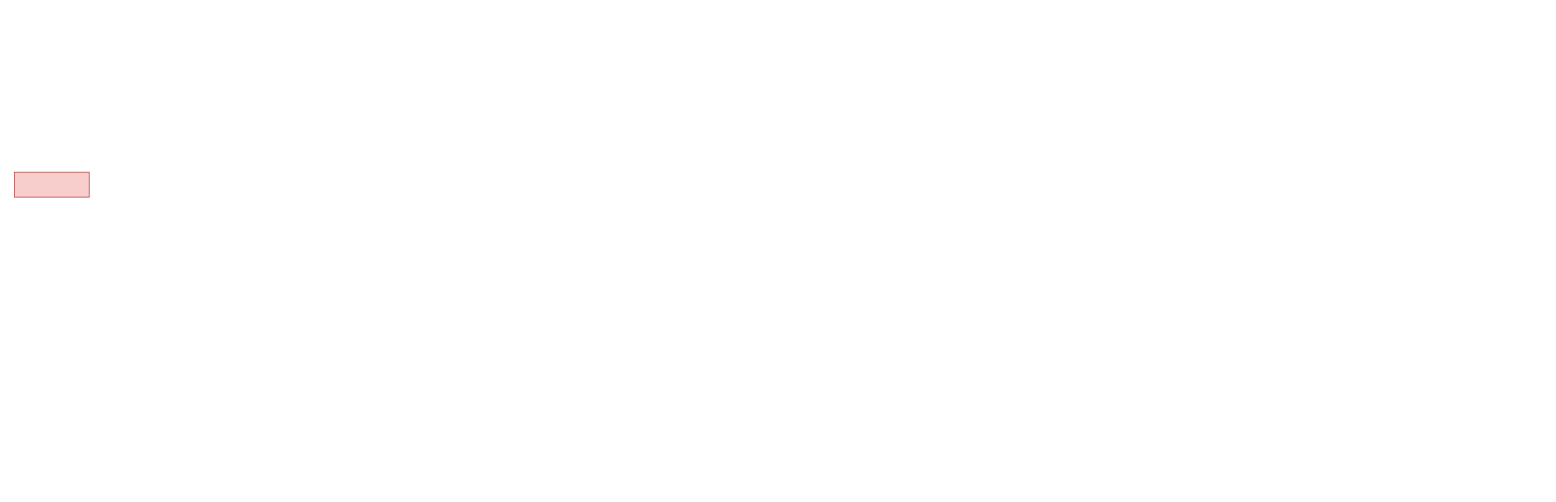
Before: Untitled Diagram.drawio in Team-2TMK/selfu, a draw.io diagram. Source tidied: cells renumbered, new cells numbered last; positions are measured from the earlier drawing's top-left corner, leaving out a move shared by most shapes. Both pictures are drawn from the tidied source at 83%, with x=0, y=0 at pixel (14, 172).
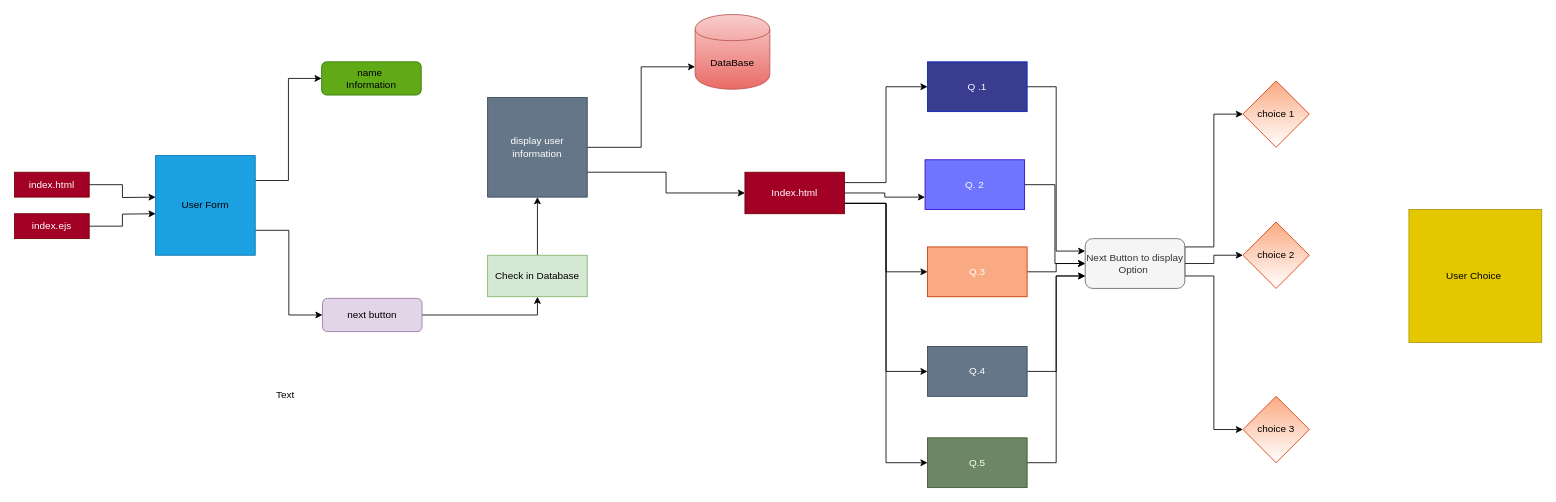
The same diagram, later.

What changed in the source:
```diff
@@
+    <mxCell id="3" style="edgeStyle=orthogonalEdgeStyle;rounded=0;jettySize=auto;html=1;exitX=1;exitY=0.5;exitDx=0;exitDy=0;" parent="1" edge="1" source="2">
+      <mxGeometry relative="1" as="geometry">
+        <mxPoint x="170" y="30" as="targetPoint" />
+      </mxGeometry>
+    </mxCell>
-    <mxCell id="2" style="rounded=0;whiteSpace=wrap;html=1;fillColor=#f8cecc;strokeColor=#b85450;" parent="1" vertex="1">
+    <mxCell id="2" value="index.html" style="rounded=0;whiteSpace=wrap;html=1;fillColor=#a20025;strokeColor=#6F0000;fontColor=#ffffff;" parent="1" vertex="1">
       <mxGeometry width="90" height="30" as="geometry" />
     </mxCell>
+    <mxCell id="4" style="edgeStyle=orthogonalEdgeStyle;rounded=0;jettySize=auto;html=1;exitX=1;exitY=0.5;exitDx=0;exitDy=0;" parent="1" edge="1" source="5">
+      <mxGeometry relative="1" as="geometry">
+        <mxPoint x="170" y="50" as="targetPoint" />
+      </mxGeometry>
+    </mxCell>
+    <mxCell id="5" value="index.ejs" style="rounded=0;whiteSpace=wrap;html=1;strokeColor=#6F0000;fillColor=#a20025;fontColor=#ffffff;" parent="1" vertex="1">
+      <mxGeometry y="50" width="90" height="30" as="geometry" />
+    </mxCell>
+    <mxCell id="6" style="edgeStyle=orthogonalEdgeStyle;rounded=0;jettySize=auto;html=1;exitX=1;exitY=0.25;exitDx=0;exitDy=0;entryX=0;entryY=0.5;entryDx=0;entryDy=0;" parent="1" edge="1" source="8" target="11">
+      <mxGeometry relative="1" as="geometry" />
+    </mxCell>
+    <mxCell id="7" style="edgeStyle=orthogonalEdgeStyle;rounded=0;jettySize=auto;html=1;exitX=1;exitY=0.75;exitDx=0;exitDy=0;entryX=0;entryY=0.5;entryDx=0;entryDy=0;" parent="1" edge="1" source="8" target="10">
+      <mxGeometry relative="1" as="geometry" />
+    </mxCell>
+    <mxCell id="8" value="&lt;font color=&quot;#000000&quot;&gt;User Form&lt;/font&gt;" style="whiteSpace=wrap;html=1;strokeColor=#006EAF;fillColor=#1ba1e2;fontColor=#ffffff;" parent="1" vertex="1">
+      <mxGeometry x="170" y="-20" width="120" height="120" as="geometry" />
+    </mxCell>
+    <mxCell id="9" style="edgeStyle=orthogonalEdgeStyle;rounded=0;jettySize=auto;html=1;exitX=1;exitY=0.5;exitDx=0;exitDy=0;entryX=0.5;entryY=1;entryDx=0;entryDy=0;" parent="1" edge="1" source="10" target="16">
+      <mxGeometry relative="1" as="geometry" />
+    </mxCell>
+    <mxCell id="10" value="&lt;font color=&quot;#000000&quot;&gt;next button&lt;/font&gt;" style="rounded=1;whiteSpace=wrap;html=1;strokeColor=#9673a6;fillColor=#e1d5e7;" parent="1" vertex="1">
+      <mxGeometry x="371" y="152" width="120" height="40" as="geometry" />
+    </mxCell>
+    <mxCell id="11" value="&lt;font color=&quot;#000000&quot;&gt;name&amp;nbsp;&lt;br&gt;Information&lt;br&gt;&lt;/font&gt;" style="rounded=1;whiteSpace=wrap;html=1;strokeColor=#2D7600;fillColor=#60a917;fontColor=#ffffff;" parent="1" vertex="1">
+      <mxGeometry x="370" y="-133" width="120" height="40" as="geometry" />
+    </mxCell>
+    <mxCell id="12" style="edgeStyle=orthogonalEdgeStyle;rounded=0;jettySize=auto;html=1;exitX=1;exitY=0.5;exitDx=0;exitDy=0;entryX=0;entryY=0.7;entryDx=0;entryDy=0;" parent="1" edge="1" source="14" target="17">
+      <mxGeometry relative="1" as="geometry" />
+    </mxCell>
+    <mxCell id="13" style="edgeStyle=orthogonalEdgeStyle;rounded=0;jettySize=auto;html=1;exitX=1;exitY=0.75;exitDx=0;exitDy=0;entryX=0;entryY=0.5;entryDx=0;entryDy=0;" parent="1" edge="1" source="14" target="24">
+      <mxGeometry relative="1" as="geometry" />
+    </mxCell>
+    <mxCell id="14" value="display user information" style="whiteSpace=wrap;html=1;strokeColor=#314354;fillColor=#647687;fontColor=#ffffff;" parent="1" vertex="1">
+      <mxGeometry x="570" y="-90" width="120" height="120" as="geometry" />
+    </mxCell>
+    <mxCell id="15" style="edgeStyle=orthogonalEdgeStyle;rounded=0;jettySize=auto;html=1;exitX=0.5;exitY=0;exitDx=0;exitDy=0;entryX=0.5;entryY=1;entryDx=0;entryDy=0;" parent="1" edge="1" source="16" target="14">
+      <mxGeometry relative="1" as="geometry" />
+    </mxCell>
+    <mxCell id="16" value="&lt;font color=&quot;#000000&quot;&gt;Check in Database&lt;/font&gt;" style="rounded=0;whiteSpace=wrap;html=1;strokeColor=#82b366;fillColor=#d5e8d4;" parent="1" vertex="1">
+      <mxGeometry x="570" y="100" width="120" height="50" as="geometry" />
+    </mxCell>
+    <mxCell id="17" value="DataBase" style="shape=cylinder;whiteSpace=wrap;html=1;boundedLbl=1;backgroundOutline=1;strokeColor=#b85450;fillColor=#f8cecc;gradientColor=#ea6b66;" parent="1" vertex="1">
+      <mxGeometry x="820" y="-190" width="90" height="90" as="geometry" />
+    </mxCell>
+    <mxCell id="18" value="Text" style="text;html=1;align=center;verticalAlign=middle;" parent="1" vertex="1">
+      <mxGeometry x="306" y="258" width="40" height="20" as="geometry" />
+    </mxCell>
+    <mxCell id="19" style="edgeStyle=orthogonalEdgeStyle;rounded=0;jettySize=auto;html=1;entryX=0;entryY=0.5;entryDx=0;entryDy=0;exitX=1;exitY=0.25;exitDx=0;exitDy=0;" parent="1" edge="1" source="24" target="26">
+      <mxGeometry relative="1" as="geometry" />
+    </mxCell>
+    <mxCell id="20" style="edgeStyle=orthogonalEdgeStyle;rounded=0;jettySize=auto;html=1;entryX=0;entryY=0.75;entryDx=0;entryDy=0;" parent="1" edge="1" source="24" target="28">
+      <mxGeometry relative="1" as="geometry" />
+    </mxCell>
+    <mxCell id="21" style="edgeStyle=orthogonalEdgeStyle;rounded=0;jettySize=auto;html=1;exitX=1;exitY=0.75;exitDx=0;exitDy=0;entryX=0;entryY=0.5;entryDx=0;entryDy=0;" parent="1" edge="1" source="24" target="32">
+      <mxGeometry relative="1" as="geometry" />
+    </mxCell>
+    <mxCell id="22" style="edgeStyle=orthogonalEdgeStyle;rounded=0;jettySize=auto;html=1;exitX=1;exitY=0.75;exitDx=0;exitDy=0;entryX=0;entryY=0.5;entryDx=0;entryDy=0;" parent="1" edge="1" source="24" target="34">
+      <mxGeometry relative="1" as="geometry" />
+    </mxCell>
+    <mxCell id="23" style="edgeStyle=orthogonalEdgeStyle;rounded=0;jettySize=auto;html=1;exitX=1;exitY=0.75;exitDx=0;exitDy=0;entryX=0;entryY=0.5;entryDx=0;entryDy=0;" parent="1" edge="1" source="24" target="30">
+      <mxGeometry relative="1" as="geometry" />
+    </mxCell>
+    <mxCell id="24" value="Index.html" style="rounded=0;whiteSpace=wrap;html=1;strokeColor=#6F0000;fillColor=#a20025;fontColor=#ffffff;" parent="1" vertex="1">
+      <mxGeometry x="880" width="120" height="50" as="geometry" />
+    </mxCell>
+    <mxCell id="25" style="edgeStyle=orthogonalEdgeStyle;rounded=0;jettySize=auto;html=1;exitX=1;exitY=0.5;exitDx=0;exitDy=0;entryX=0;entryY=0.25;entryDx=0;entryDy=0;" parent="1" edge="1" source="26" target="38">
+      <mxGeometry relative="1" as="geometry" />
+    </mxCell>
+    <mxCell id="26" value="Q .1" style="rounded=0;whiteSpace=wrap;html=1;strokeColor=#001DBC;fillColor=#393C8F;fontColor=#ffffff;" parent="1" vertex="1">
+      <mxGeometry x="1100" y="-133" width="120" height="60" as="geometry" />
+    </mxCell>
+    <mxCell id="27" style="edgeStyle=orthogonalEdgeStyle;rounded=0;jettySize=auto;html=1;exitX=1;exitY=0.5;exitDx=0;exitDy=0;entryX=0;entryY=0.5;entryDx=0;entryDy=0;" parent="1" edge="1" source="28" target="38">
+      <mxGeometry relative="1" as="geometry" />
+    </mxCell>
+    <mxCell id="28" value="Q. 2" style="rounded=0;whiteSpace=wrap;html=1;strokeColor=#3700CC;fillColor=#7075FF;fontColor=#ffffff;" parent="1" vertex="1">
+      <mxGeometry x="1097" y="-15" width="120" height="60" as="geometry" />
+    </mxCell>
+    <mxCell id="29" style="edgeStyle=orthogonalEdgeStyle;rounded=0;jettySize=auto;html=1;exitX=1;exitY=0.5;exitDx=0;exitDy=0;entryX=0;entryY=0.5;entryDx=0;entryDy=0;" parent="1" edge="1" source="30" target="38">
+      <mxGeometry relative="1" as="geometry" />
+    </mxCell>
+    <mxCell id="30" value="Q.3" style="rounded=0;whiteSpace=wrap;html=1;strokeColor=#C73500;fillColor=#FAAA82;fontColor=#ffffff;" parent="1" vertex="1">
+      <mxGeometry x="1100" y="90" width="120" height="60" as="geometry" />
+    </mxCell>
+    <mxCell id="31" style="edgeStyle=orthogonalEdgeStyle;rounded=0;jettySize=auto;html=1;exitX=1;exitY=0.5;exitDx=0;exitDy=0;entryX=0;entryY=0.75;entryDx=0;entryDy=0;" parent="1" edge="1" source="32" target="38">
+      <mxGeometry relative="1" as="geometry" />
+    </mxCell>
+    <mxCell id="32" value="Q.4" style="rounded=0;whiteSpace=wrap;html=1;strokeColor=#314354;fillColor=#647687;fontColor=#ffffff;" parent="1" vertex="1">
+      <mxGeometry x="1100" y="210" width="120" height="60" as="geometry" />
+    </mxCell>
+    <mxCell id="33" style="edgeStyle=orthogonalEdgeStyle;rounded=0;jettySize=auto;html=1;exitX=1;exitY=0.5;exitDx=0;exitDy=0;entryX=0;entryY=0.75;entryDx=0;entryDy=0;" parent="1" edge="1" source="34" target="38">
+      <mxGeometry relative="1" as="geometry" />
+    </mxCell>
+    <mxCell id="34" value="Q.5" style="rounded=0;whiteSpace=wrap;html=1;strokeColor=#3A5431;fillColor=#6d8764;fontColor=#ffffff;" parent="1" vertex="1">
+      <mxGeometry x="1100" y="320" width="120" height="60" as="geometry" />
+    </mxCell>
+    <mxCell id="35" style="edgeStyle=orthogonalEdgeStyle;rounded=0;jettySize=auto;html=1;exitX=1;exitY=0.5;exitDx=0;exitDy=0;entryX=0;entryY=0.5;entryDx=0;entryDy=0;" parent="1" edge="1" source="38" target="41">
+      <mxGeometry relative="1" as="geometry">
+        <Array as="points">
+          <mxPoint x="1410" y="90" />
+          <mxPoint x="1445" y="90" />
+          <mxPoint x="1445" y="-70" />
+        </Array>
+      </mxGeometry>
+    </mxCell>
+    <mxCell id="36" style="edgeStyle=orthogonalEdgeStyle;rounded=0;jettySize=auto;html=1;exitX=1;exitY=0.75;exitDx=0;exitDy=0;" parent="1" edge="1" source="38" target="40">
+      <mxGeometry relative="1" as="geometry">
+        <Array as="points">
+          <mxPoint x="1410" y="110" />
+          <mxPoint x="1445" y="110" />
+          <mxPoint x="1445" y="100" />
+        </Array>
+      </mxGeometry>
+    </mxCell>
+    <mxCell id="37" style="edgeStyle=orthogonalEdgeStyle;rounded=0;jettySize=auto;html=1;exitX=1;exitY=0.75;exitDx=0;exitDy=0;entryX=0;entryY=0.5;entryDx=0;entryDy=0;" parent="1" edge="1" source="38" target="39">
+      <mxGeometry relative="1" as="geometry" />
+    </mxCell>
+    <mxCell id="38" value="Next Button to display Option&amp;nbsp;" style="rounded=1;whiteSpace=wrap;html=1;strokeColor=#666666;fillColor=#f5f5f5;fontColor=#333333;" parent="1" vertex="1">
+      <mxGeometry x="1290" y="80" width="120" height="60" as="geometry" />
+    </mxCell>
+    <mxCell id="39" value="&lt;font color=&quot;#000000&quot;&gt;choice 3&lt;/font&gt;" style="rhombus;whiteSpace=wrap;html=1;strokeColor=#D73402;fillColor=#FAAA82;gradientColor=#ffffff;" parent="1" vertex="1">
+      <mxGeometry x="1480" y="270" width="80" height="80" as="geometry" />
+    </mxCell>
+    <mxCell id="40" value="&lt;font color=&quot;#000000&quot;&gt;choice 2&lt;/font&gt;" style="rhombus;whiteSpace=wrap;html=1;strokeColor=#D73402;fillColor=#FAAA82;gradientColor=#ffffff;" parent="1" vertex="1">
+      <mxGeometry x="1480" y="60" width="80" height="80" as="geometry" />
+    </mxCell>
+    <mxCell id="41" value="&lt;font color=&quot;#000000&quot;&gt;choice 1&lt;/font&gt;" style="rhombus;whiteSpace=wrap;html=1;strokeColor=#D73402;fillColor=#FAAA82;gradientColor=#ffffff;" parent="1" vertex="1">
+      <mxGeometry x="1480" y="-110" width="80" height="80" as="geometry" />
+    </mxCell>
+    <mxCell id="42" value="&lt;font color=&quot;#000000&quot;&gt;User Choice&amp;nbsp;&lt;/font&gt;" style="whiteSpace=wrap;html=1;strokeColor=#B09500;fillColor=#e3c800;fontColor=#ffffff;" parent="1" vertex="1">
+      <mxGeometry x="1680" y="45" width="160" height="160" as="geometry" />
+    </mxCell>
```
